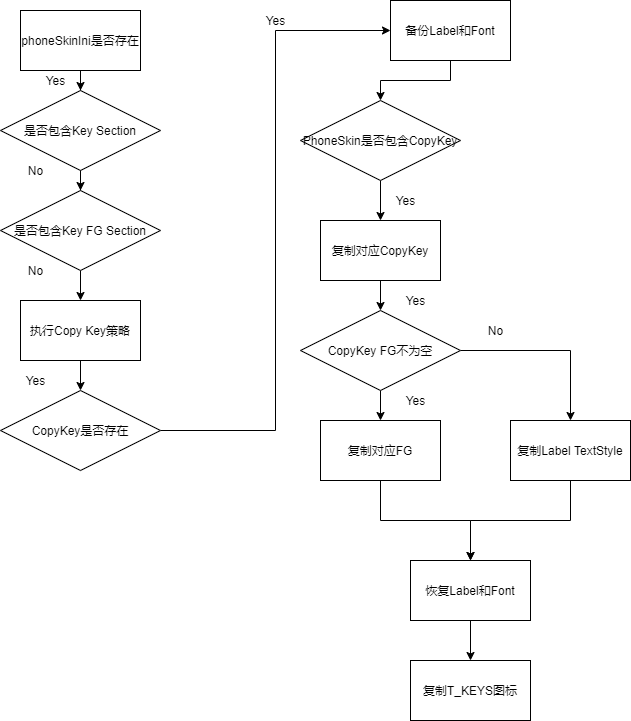
This is input/Copy_Key_Rectory.png from chonglv/charts, a draw.io export, as it was before one commit. Source tidied: cells renumbered, new cells last; positions are measured from the earlier drawing's top-left corner, leaving out a move shared by most shapes.
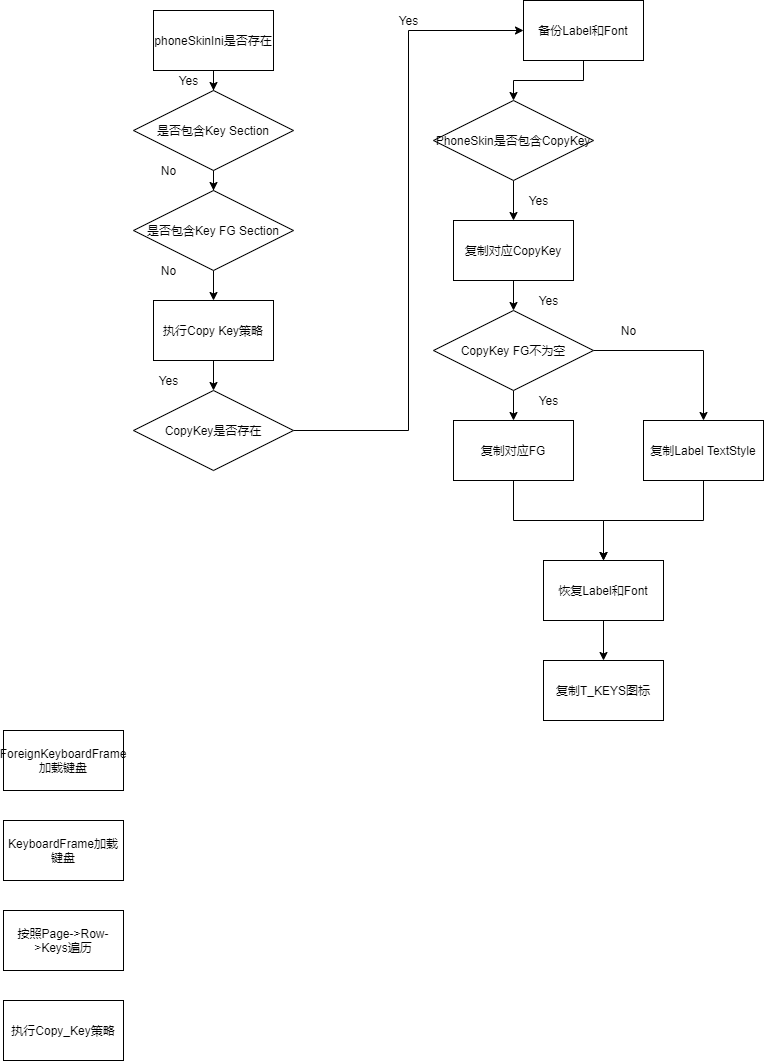
After the commit.

Change to the diagram source:
```diff
@@ -107,5 +107,17 @@
     <mxCell id="36" value="复制T_KEYS图标" style="rounded=0;whiteSpace=wrap;html=1;" parent="1" vertex="1">
       <mxGeometry x="410" y="660" width="120" height="60" as="geometry" />
     </mxCell>
+    <mxCell id="37" value="ForeignKeyboardFrame加载键盘" style="rounded=0;whiteSpace=wrap;html=1;" parent="1" vertex="1">
+      <mxGeometry x="-130" y="730" width="120" height="60" as="geometry" />
+    </mxCell>
+    <mxCell id="38" value="KeyboardFrame加载键盘" style="rounded=0;whiteSpace=wrap;html=1;" parent="1" vertex="1">
+      <mxGeometry x="-130" y="820" width="120" height="60" as="geometry" />
+    </mxCell>
+    <mxCell id="39" value="按照Page-&amp;gt;Row-&amp;gt;Keys遍历" style="rounded=0;whiteSpace=wrap;html=1;" parent="1" vertex="1">
+      <mxGeometry x="-130" y="910" width="120" height="60" as="geometry" />
+    </mxCell>
+    <mxCell id="40" value="执行Copy_Key策略" style="rounded=0;whiteSpace=wrap;html=1;" parent="1" vertex="1">
+      <mxGeometry x="-130" y="1000" width="120" height="60" as="geometry" />
+    </mxCell>
   </root>
 </mxGraphModel>
```
